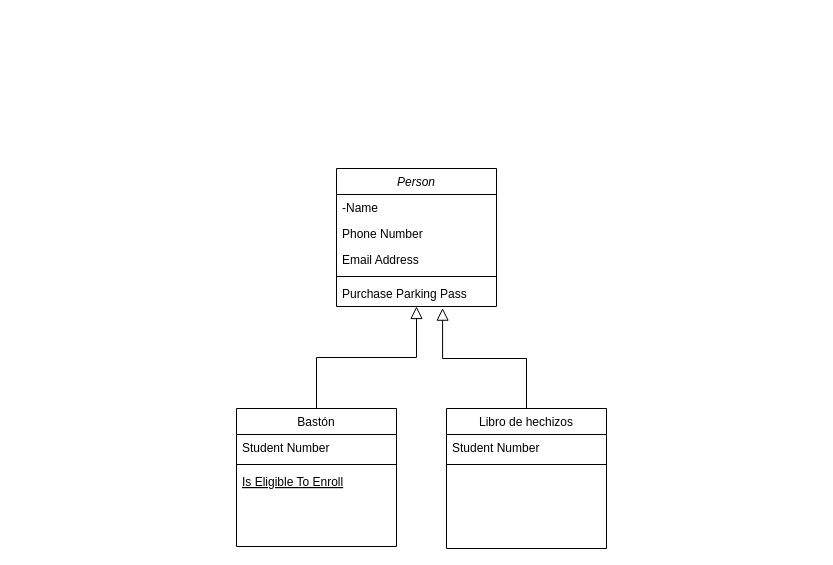
Above: Untitled Diagram.drawio in Santiago-Puentes/TP1 (draw.io), before the change. Source tidied: cells renumbered, new cells numbered last; positions are measured from the earlier drawing's top-left corner, leaving out a move shared by most shapes. Both pictures are drawn from the tidied source at 100%, with x=0, y=0 at pixel (236, 168).
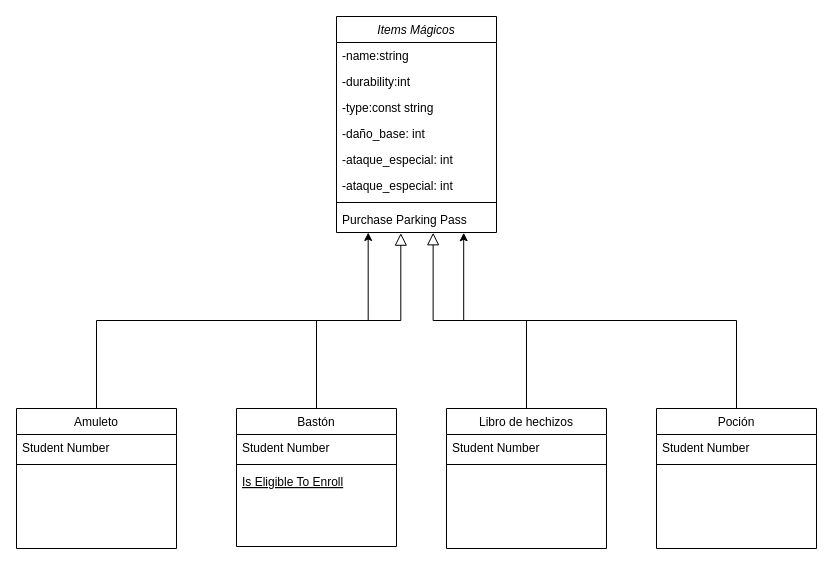
The same diagram, later.

The change refers to these unchanged cells:
```xml
<mxCell id="8" value="Bastón" style="swimlane;fontStyle=0;align=center;verticalAlign=top;horizontal=1;startSize=26;rounded=0;shadow=0;strokeWidth=1;" parent="1" vertex="1">
  <mxGeometry y="240" width="160" height="138" as="geometry" />
</mxCell>
<mxCell id="13" value="Libro de hechizos" style="swimlane;fontStyle=0;align=center;verticalAlign=top;horizontal=1;startSize=26;rounded=0;shadow=0;strokeWidth=1;" parent="1" vertex="1">
  <mxGeometry x="210" y="240" width="160" height="140" as="geometry" />
</mxCell>
```

The edit, as a diff of the source:
```diff
@@
-    <mxCell id="2" value="Person" style="swimlane;fontStyle=2;align=center;verticalAlign=top;horizontal=1;startSize=26;rounded=0;shadow=0;strokeWidth=1;" parent="1" vertex="1">
-      <mxGeometry x="100" width="160" height="138" as="geometry" />
+    <mxCell id="2" value="Items Mágicos" style="swimlane;fontStyle=2;align=center;verticalAlign=top;horizontal=1;startSize=26;rounded=0;shadow=0;strokeWidth=1;" parent="1" vertex="1">
+      <mxGeometry x="100" y="-152" width="160" height="216" as="geometry" />
     </mxCell>
-    <mxCell id="3" value="-Name" style="text;align=left;verticalAlign=top;spacingLeft=4;spacingRight=4;overflow=hidden;" parent="2" vertex="1">
+    <mxCell id="3" value="-name:string" style="text;align=left;verticalAlign=top;spacingLeft=4;spacingRight=4;overflow=hidden;" parent="2" vertex="1">
       <mxGeometry y="26" width="160" height="26" as="geometry" />
     </mxCell>
-    <mxCell id="4" value="Phone Number" style="text;align=left;verticalAlign=top;spacingLeft=4;spacingRight=4;overflow=hidden;rounded=0;shadow=0;html=0;" parent="2" vertex="1">
+    <mxCell id="4" value="-durability:int" style="text;align=left;verticalAlign=top;spacingLeft=4;spacingRight=4;overflow=hidden;rounded=0;shadow=0;html=0;" parent="2" vertex="1">
       <mxGeometry y="52" width="160" height="26" as="geometry" />
     </mxCell>
-    <mxCell id="5" value="Email Address" style="text;align=left;verticalAlign=top;spacingLeft=4;spacingRight=4;overflow=hidden;rounded=0;shadow=0;html=0;" parent="2" vertex="1">
+    <mxCell id="5" value="-type:const string" style="text;align=left;verticalAlign=top;spacingLeft=4;spacingRight=4;overflow=hidden;rounded=0;shadow=0;html=0;" parent="2" vertex="1">
       <mxGeometry y="78" width="160" height="26" as="geometry" />
     </mxCell>
+    <mxCell id="17" value="-daño_base: int" style="text;align=left;verticalAlign=top;spacingLeft=4;spacingRight=4;overflow=hidden;rounded=0;shadow=0;html=0;" parent="2" vertex="1">
+      <mxGeometry y="104" width="160" height="26" as="geometry" />
+    </mxCell>
+    <mxCell id="18" value="-ataque_especial: int" style="text;align=left;verticalAlign=top;spacingLeft=4;spacingRight=4;overflow=hidden;rounded=0;shadow=0;html=0;" parent="2" vertex="1">
+      <mxGeometry y="130" width="160" height="26" as="geometry" />
+    </mxCell>
+    <mxCell id="19" value="-ataque_especial: int" style="text;align=left;verticalAlign=top;spacingLeft=4;spacingRight=4;overflow=hidden;rounded=0;shadow=0;html=0;" parent="2" vertex="1">
+      <mxGeometry y="156" width="160" height="26" as="geometry" />
+    </mxCell>
     <mxCell id="6" style="line;html=1;strokeWidth=1;align=left;verticalAlign=middle;spacingTop=-1;spacingLeft=3;spacingRight=3;labelPosition=right;" parent="2" vertex="1">
-      <mxGeometry y="104" width="160" height="8" as="geometry" />
+      <mxGeometry y="182" width="160" height="8" as="geometry" />
     </mxCell>
     <mxCell id="7" value="Purchase Parking Pass" style="text;align=left;verticalAlign=top;spacingLeft=4;spacingRight=4;overflow=hidden;points=[[0,0.5],[1,0.5]];portConstraint=eastwest;" parent="2" vertex="1">
-      <mxGeometry y="112" width="160" height="26" as="geometry" />
+      <mxGeometry y="190" width="160" height="26" as="geometry" />
     </mxCell>
@@
-    <mxCell id="12" style="endArrow=block;endSize=10;endFill=0;shadow=0;strokeWidth=1;rounded=0;curved=0;edgeStyle=elbowEdgeStyle;elbow=vertical;" parent="1" edge="1" source="8" target="2">
+    <mxCell id="12" style="endArrow=block;endSize=10;endFill=0;shadow=0;strokeWidth=1;rounded=0;curved=0;edgeStyle=elbowEdgeStyle;elbow=vertical;entryX=0.402;entryY=1.026;entryDx=0;entryDy=0;entryPerimeter=0;" parent="1" edge="1" source="8" target="7">
       <mxGeometry relative="1" as="geometry" />
     </mxCell>
@@
-    <mxCell id="16" style="endArrow=block;endSize=10;endFill=0;shadow=0;strokeWidth=1;rounded=0;curved=0;edgeStyle=elbowEdgeStyle;elbow=vertical;entryX=0.663;entryY=1.064;entryDx=0;entryDy=0;entryPerimeter=0;" parent="1" edge="1" source="13" target="7">
+    <mxCell id="16" style="endArrow=block;endSize=10;endFill=0;shadow=0;strokeWidth=1;rounded=0;curved=0;edgeStyle=elbowEdgeStyle;elbow=vertical;entryX=0.604;entryY=1.01;entryDx=0;entryDy=0;entryPerimeter=0;" parent="1" edge="1" source="13" target="7">
       <mxGeometry relative="1" as="geometry" />
     </mxCell>
+    <mxCell id="20" value="Poción" style="swimlane;fontStyle=0;align=center;verticalAlign=top;horizontal=1;startSize=26;rounded=0;shadow=0;strokeWidth=1;" parent="1" vertex="1">
+      <mxGeometry x="420" y="240" width="160" height="140" as="geometry" />
+    </mxCell>
+    <mxCell id="21" value="Student Number" style="text;align=left;verticalAlign=top;spacingLeft=4;spacingRight=4;overflow=hidden;" parent="20" vertex="1">
+      <mxGeometry y="26" width="160" height="26" as="geometry" />
+    </mxCell>
+    <mxCell id="22" style="line;html=1;strokeWidth=1;align=left;verticalAlign=middle;spacingTop=-1;spacingLeft=3;spacingRight=3;labelPosition=right;" parent="20" vertex="1">
+      <mxGeometry y="52" width="160" height="8" as="geometry" />
+    </mxCell>
+    <mxCell id="23" value="Amuleto" style="swimlane;fontStyle=0;align=center;verticalAlign=top;horizontal=1;startSize=26;rounded=0;shadow=0;strokeWidth=1;" parent="1" vertex="1">
+      <mxGeometry x="-220" y="240" width="160" height="140" as="geometry" />
+    </mxCell>
+    <mxCell id="24" value="Student Number" style="text;align=left;verticalAlign=top;spacingLeft=4;spacingRight=4;overflow=hidden;" parent="23" vertex="1">
+      <mxGeometry y="26" width="160" height="26" as="geometry" />
+    </mxCell>
+    <mxCell id="25" style="line;html=1;strokeWidth=1;align=left;verticalAlign=middle;spacingTop=-1;spacingLeft=3;spacingRight=3;labelPosition=right;" parent="23" vertex="1">
+      <mxGeometry y="52" width="160" height="8" as="geometry" />
+    </mxCell>
+    <mxCell id="26" style="edgeStyle=orthogonalEdgeStyle;rounded=0;jettySize=auto;html=1;exitX=0.5;exitY=0;exitDx=0;exitDy=0;entryX=0.198;entryY=1.001;entryDx=0;entryDy=0;entryPerimeter=0;" parent="1" edge="1" source="23" target="7">
+      <mxGeometry relative="1" as="geometry" />
+    </mxCell>
+    <mxCell id="27" style="edgeStyle=orthogonalEdgeStyle;rounded=0;jettySize=auto;html=1;exitX=0.5;exitY=0;exitDx=0;exitDy=0;entryX=0.795;entryY=1.01;entryDx=0;entryDy=0;entryPerimeter=0;" parent="1" edge="1" source="20" target="7">
+      <mxGeometry relative="1" as="geometry" />
+    </mxCell>
```
